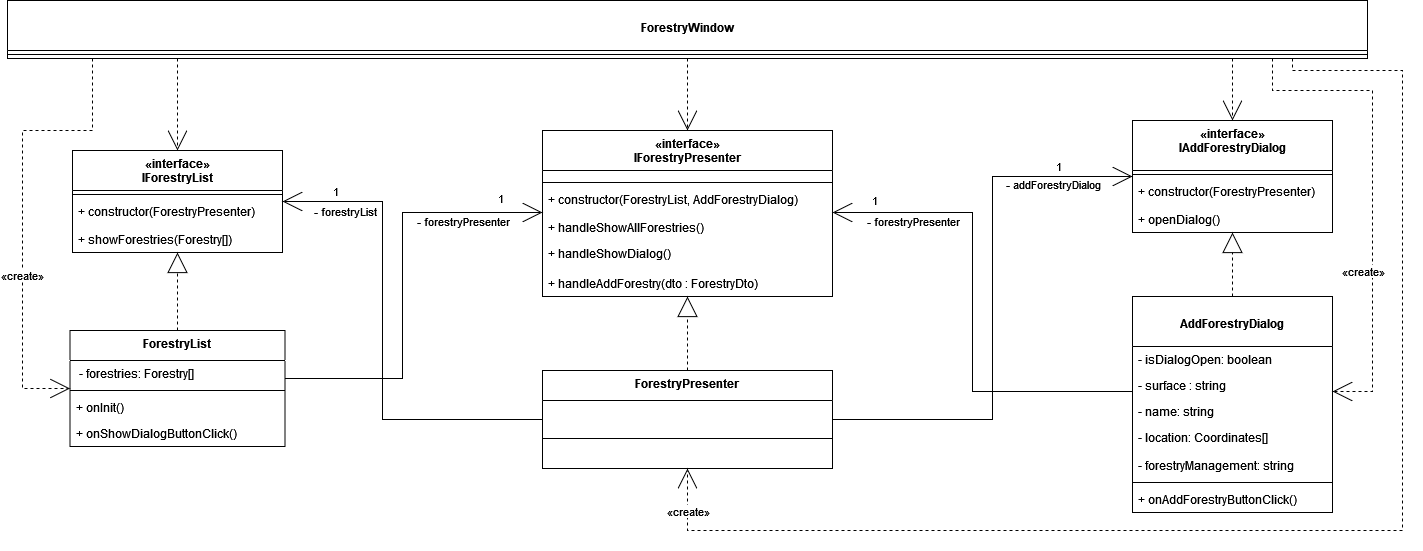
This is Architecture/forestry-view-diagram.png from piotrfer/pop_projekt_2021Z, a draw.io export, as it was before one commit. Source tidied: cells renumbered, new cells last; positions are measured from the earlier drawing's top-left corner, leaving out a move shared by most shapes.
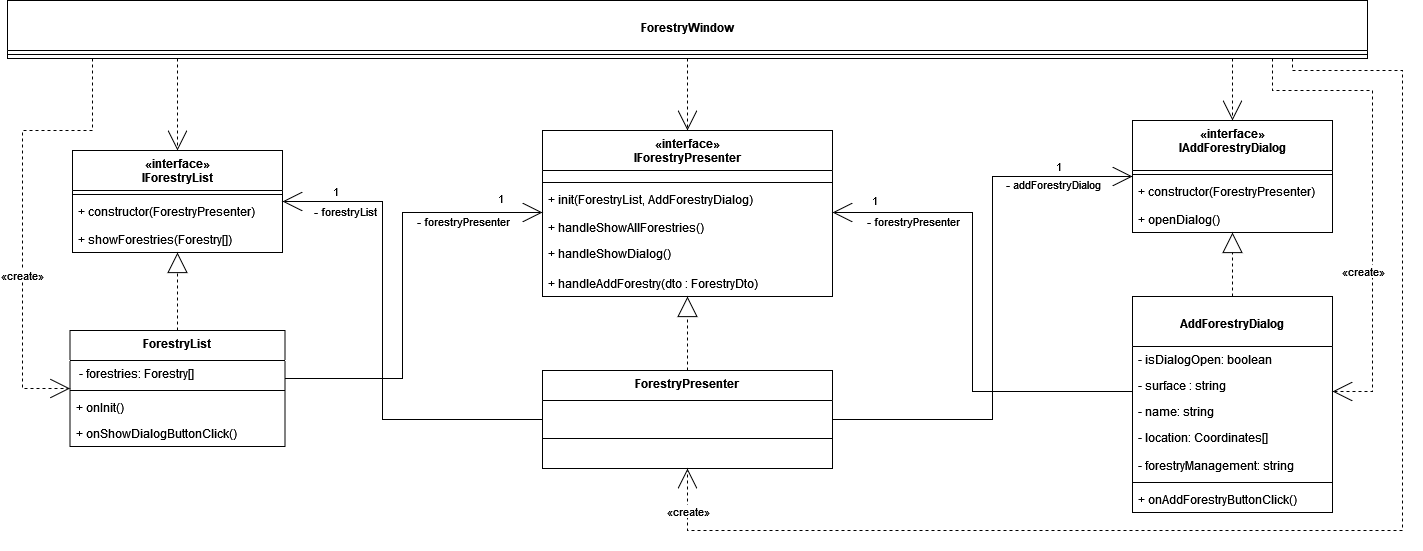
Above is the later version.

Commit message:
Forestry view diagram - presenter fix

What changed in the source:
```diff
@@ -145,7 +145,7 @@
     <mxCell id="35" style="line;strokeWidth=1;fillColor=none;align=left;verticalAlign=middle;spacingTop=-1;spacingLeft=3;spacingRight=3;labelPosition=right;" parent="33" vertex="1">
       <mxGeometry y="48" width="290" height="8" as="geometry" />
     </mxCell>
-    <mxCell id="36" value="+ constructor(ForestryList, AddForestryDialog) " style="text;fillColor=none;align=left;verticalAlign=top;spacingLeft=4;spacingRight=4;overflow=hidden;" parent="33" vertex="1">
+    <mxCell id="36" value="+ init(ForestryList, AddForestryDialog) " style="text;fillColor=none;align=left;verticalAlign=top;spacingLeft=4;spacingRight=4;overflow=hidden;" parent="33" vertex="1">
       <mxGeometry y="56" width="290" height="28" as="geometry" />
     </mxCell>
     <mxCell id="37" value="+ handleShowAllForestries()" style="text;strokeColor=none;fillColor=none;align=left;verticalAlign=top;spacingLeft=4;spacingRight=4;overflow=hidden;" parent="33" vertex="1">
```
